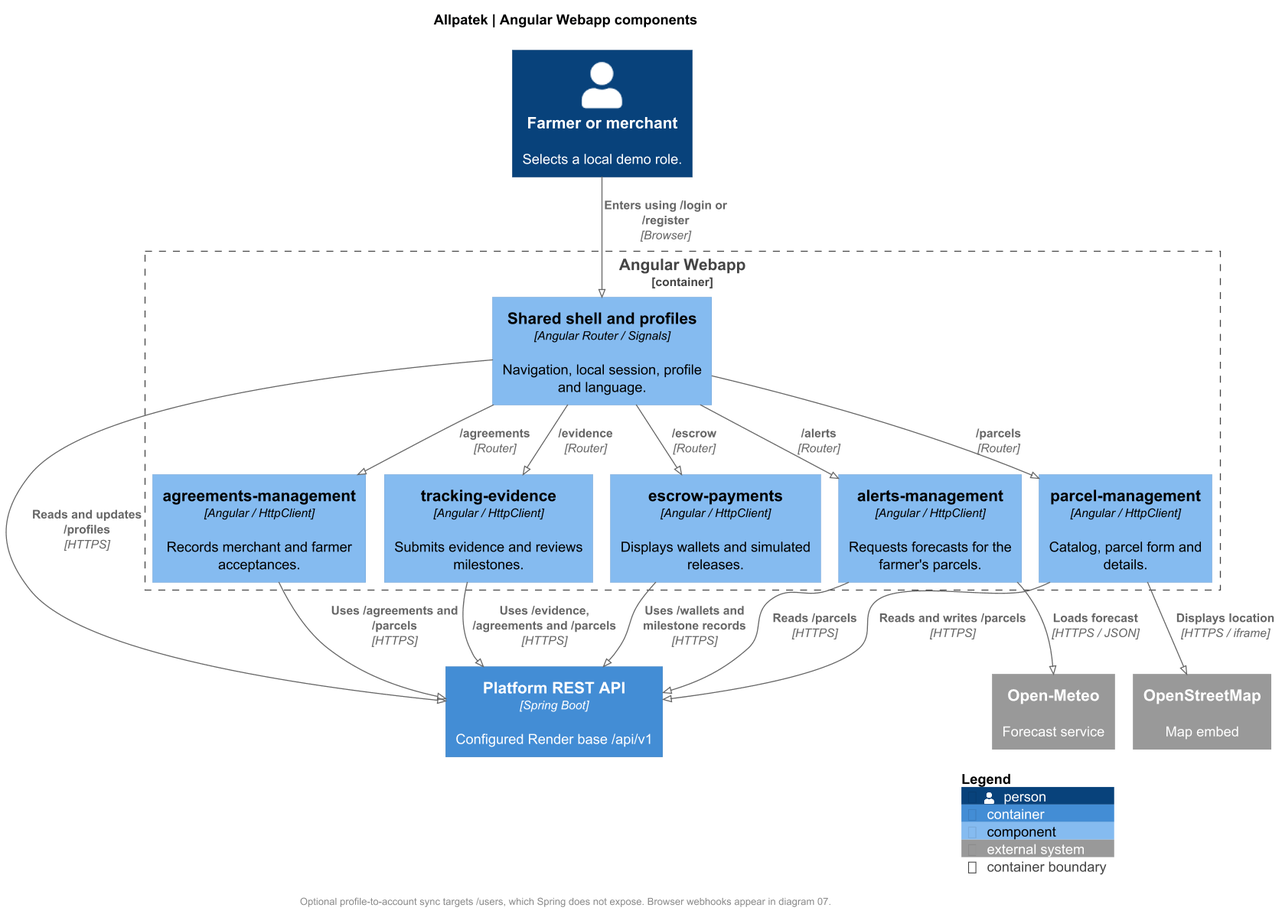
Before: assets/chapter-04/architecture/05-web-components.png, a diagram exported from PlantUML (upc-pre-202620-1asi0729-7753-Terranova/allpatek-report).
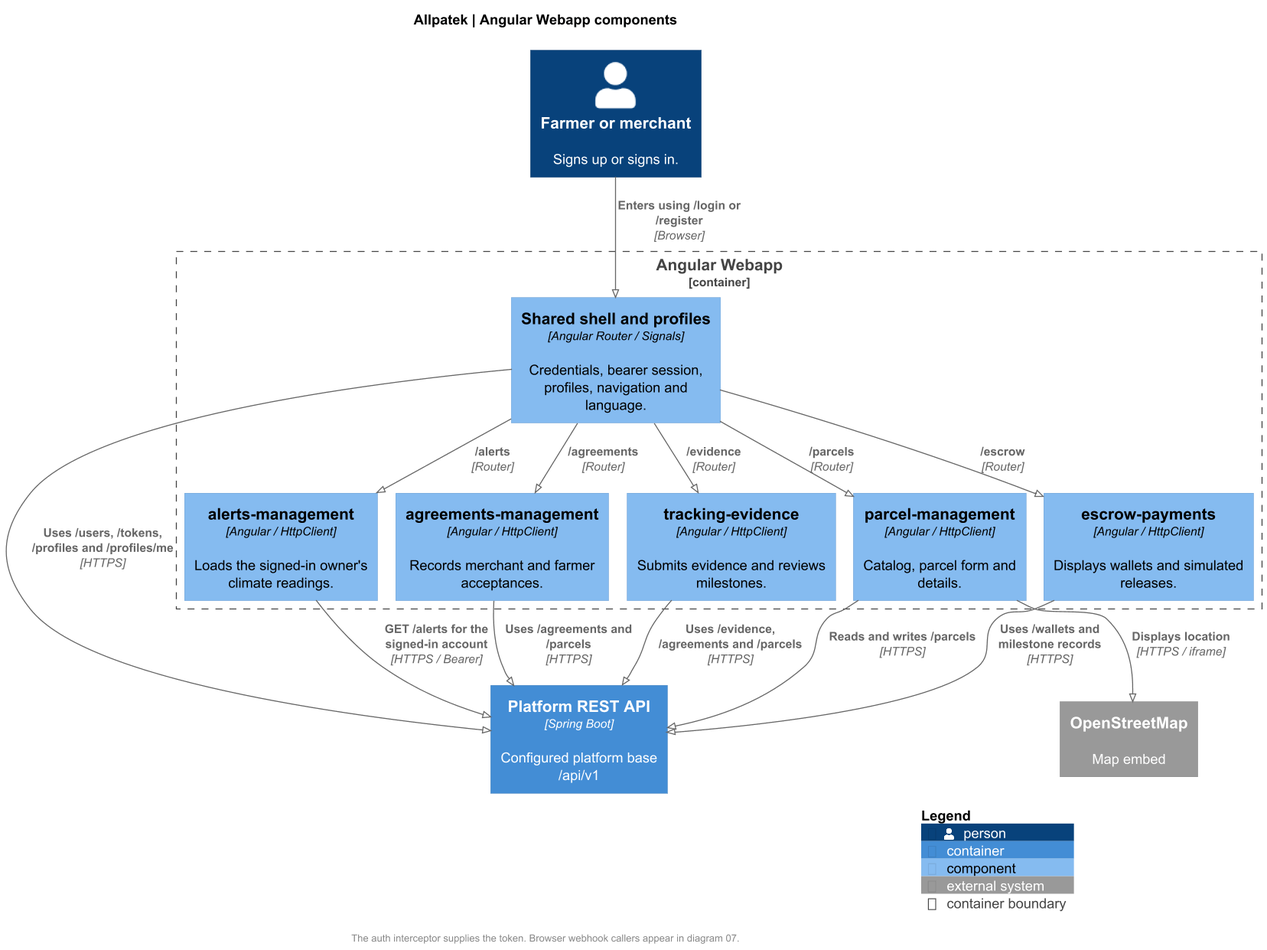
After the commit.

Commit message:
docs(c4): align Angular modules with authenticated REST services

What changed in the source:
```diff
@@ -8,17 +8,17 @@
 title Allpatek | Angular Webapp components
 LAYOUT_TOP_DOWN()
 
-Person(user, "Farmer or merchant", "Selects a local demo role.")
+Person(user, "Farmer or merchant", "Signs up or signs in.")
 Container_Boundary(web, "Angular Webapp") {
-  Component(shared, "Shared shell and profiles", "Angular Router / Signals", "Navigation, local session, profile and language.")
+  Component(shared, "Shared shell and profiles", "Angular Router / Signals", "Credentials, bearer session, profiles, navigation and language.")
   Component(parcels, "parcel-management", "Angular / HttpClient", "Catalog, parcel form and details.")
   Component(agreements, "agreements-management", "Angular / HttpClient", "Records merchant and farmer acceptances.")
   Component(evidence, "tracking-evidence", "Angular / HttpClient", "Submits evidence and reviews milestones.")
   Component(escrow, "escrow-payments", "Angular / HttpClient", "Displays wallets and simulated releases.")
-  Component(alerts, "alerts-management", "Angular / HttpClient", "Requests forecasts for the farmer's parcels.")
+  Component(alerts, "alerts-management", "Angular / HttpClient", "Loads the signed-in owner's climate readings.")
 }
-Container(api, "Platform REST API", "Spring Boot", "Configured Render base /api/v1")
-System_Ext(weather, "Open-Meteo", "Forecast service")
+Container(api, "Platform REST API", "Spring Boot", "Configured platform base /api/v1")
+
 System_Ext(maps, "OpenStreetMap", "Map embed")
 
 Rel(user, shared, "Enters using /login or /register", "Browser")
@@ -27,14 +27,14 @@
 Rel(shared, evidence, "/evidence", "Router")
 Rel(shared, escrow, "/escrow", "Router")
 Rel(shared, alerts, "/alerts", "Router")
-Rel(shared, api, "Reads and updates /profiles", "HTTPS")
+Rel(shared, api, "Uses /users, /tokens, /profiles and /profiles/me", "HTTPS")
 Rel(parcels, api, "Reads and writes /parcels", "HTTPS")
 Rel(agreements, api, "Uses /agreements and /parcels", "HTTPS")
 Rel(evidence, api, "Uses /evidence, /agreements and /parcels", "HTTPS")
 Rel(escrow, api, "Uses /wallets and milestone records", "HTTPS")
-Rel(alerts, api, "Reads /parcels", "HTTPS")
-Rel(alerts, weather, "Loads forecast", "HTTPS / JSON")
+Rel(alerts, api, "GET /alerts for the signed-in account", "HTTPS / Bearer")
+
 Rel(parcels, maps, "Displays location", "HTTPS / iframe")
-footer Optional profile-to-account sync targets /users, which Spring does not expose. Browser webhooks appear in diagram 07.
+footer The auth interceptor supplies the token. Browser webhook callers appear in diagram 07.
 SHOW_LEGEND()
 @enduml
```
